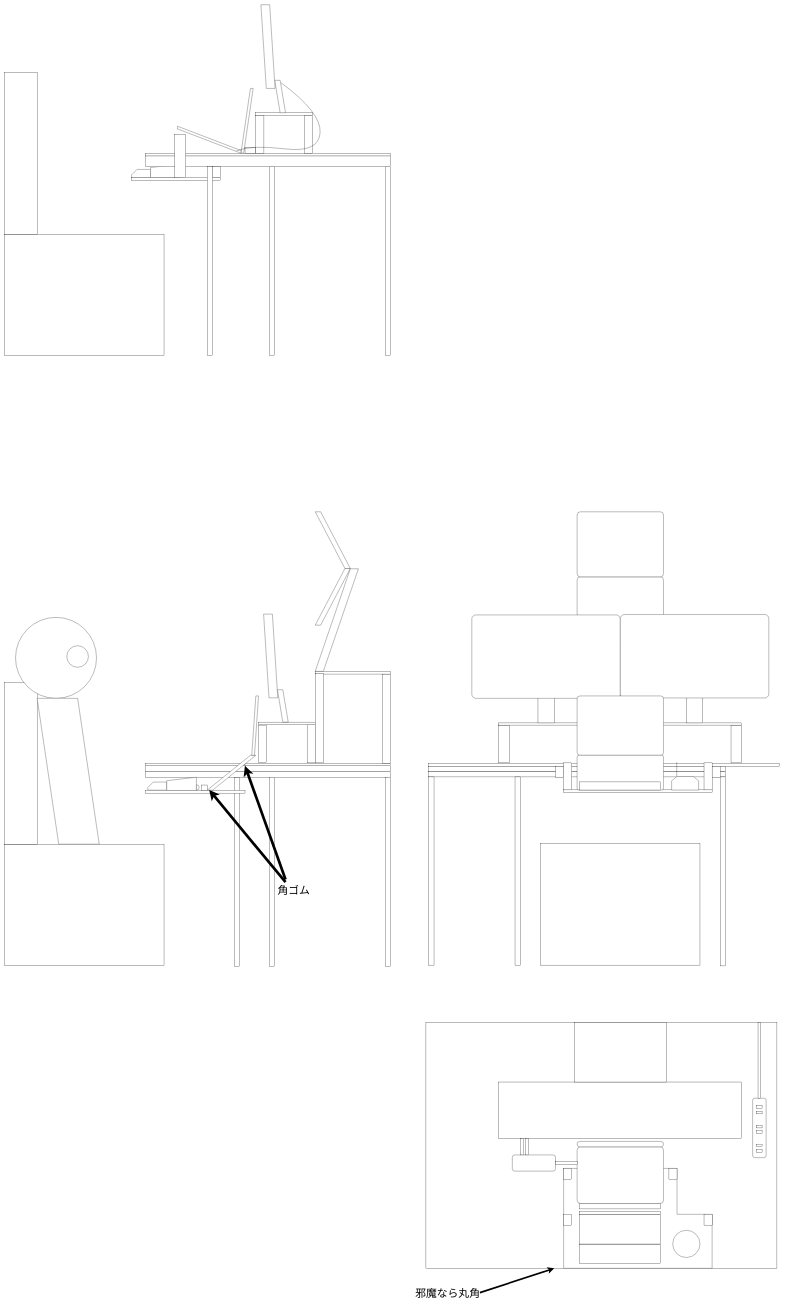
This is table.drawio from sendo-kakeru/diy, a draw.io file, before an edit. Source tidied: cells renumbered, new cells numbered last; positions are measured from the earlier drawing's top-left corner, leaving out a move shared by most shapes. Both pictures are drawn from the tidied source at 27%, with x=0, y=0 at pixel (5, 5).
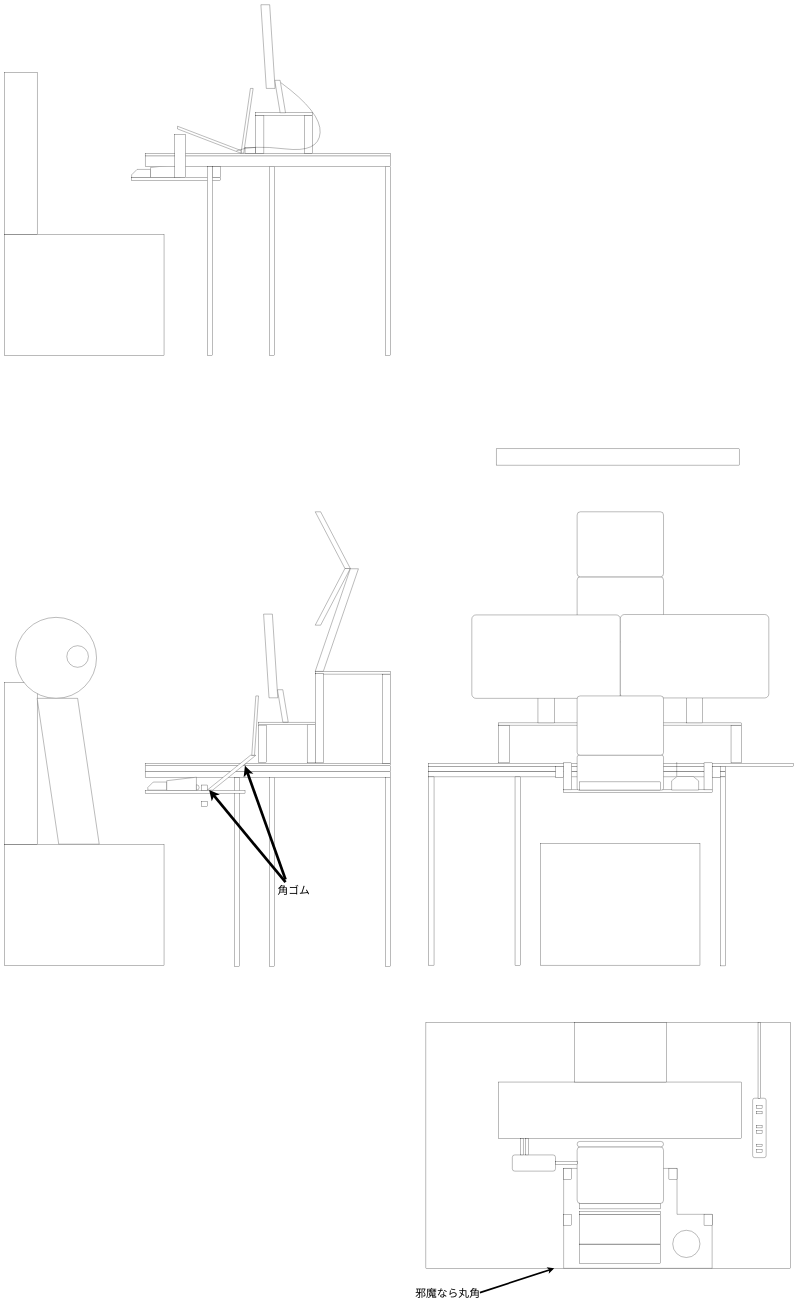
After the change.

Diff of the diagram source:
```diff
@@
     <mxCell id="2" style="rounded=0;whiteSpace=wrap;html=1;fillColor=default;flipH=0;" parent="1" vertex="1">
-      <mxGeometry x="1560" y="3770" width="1300" height="910" as="geometry" />
+      <mxGeometry x="1560" y="3770" width="1350" height="910" as="geometry" />
     </mxCell>
@@
     <mxCell id="6" style="rounded=0;whiteSpace=wrap;html=1;fillColor=default;flipH=0;" parent="1" vertex="1">
-      <mxGeometry x="1570" y="2809" width="1300" height="12" as="geometry" />
+      <mxGeometry x="1570" y="2809" width="1350" height="12" as="geometry" />
     </mxCell>
@@
+    <mxCell id="111" style="rounded=0;whiteSpace=wrap;html=1;" parent="1" vertex="1">
+      <mxGeometry x="1820" y="1645" width="900" height="60" as="geometry" />
+    </mxCell>
+    <mxCell id="112" style="rounded=0;whiteSpace=wrap;html=1;" parent="1" vertex="1">
+      <mxGeometry x="730" y="2950" width="20" height="20" as="geometry" />
+    </mxCell>
```
